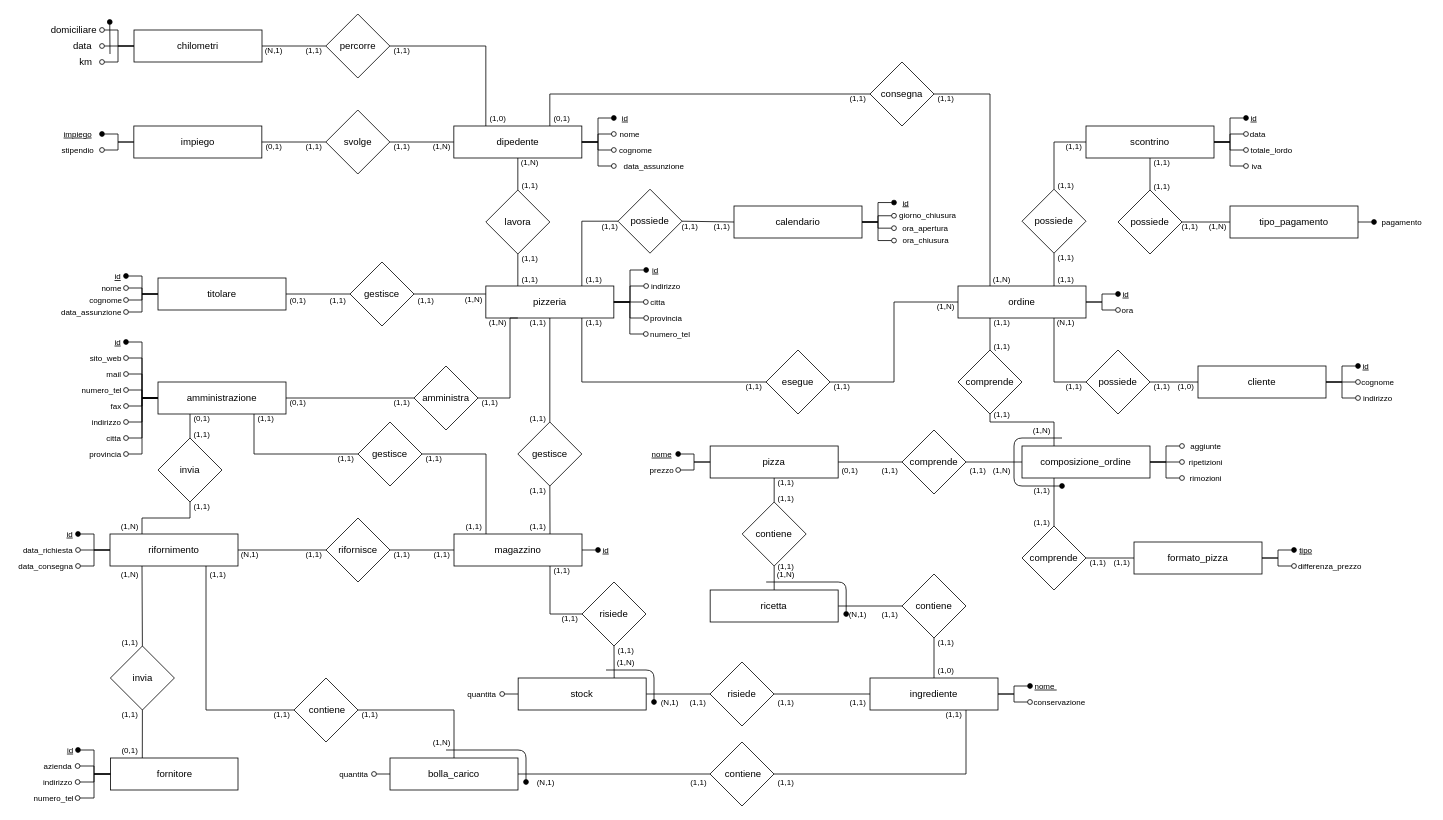
This is Draw/PaduPizzaER-ristrutturato.drawio from NicholasPilotto/PaduPizza, a draw.io file, before an edit. Source tidied: cells renumbered, new cells numbered last; positions are measured from the earlier drawing's top-left corner, leaving out a move shared by most shapes. Both pictures are drawn from the tidied source at 80%, with x=0, y=0 at pixel (14, 14).
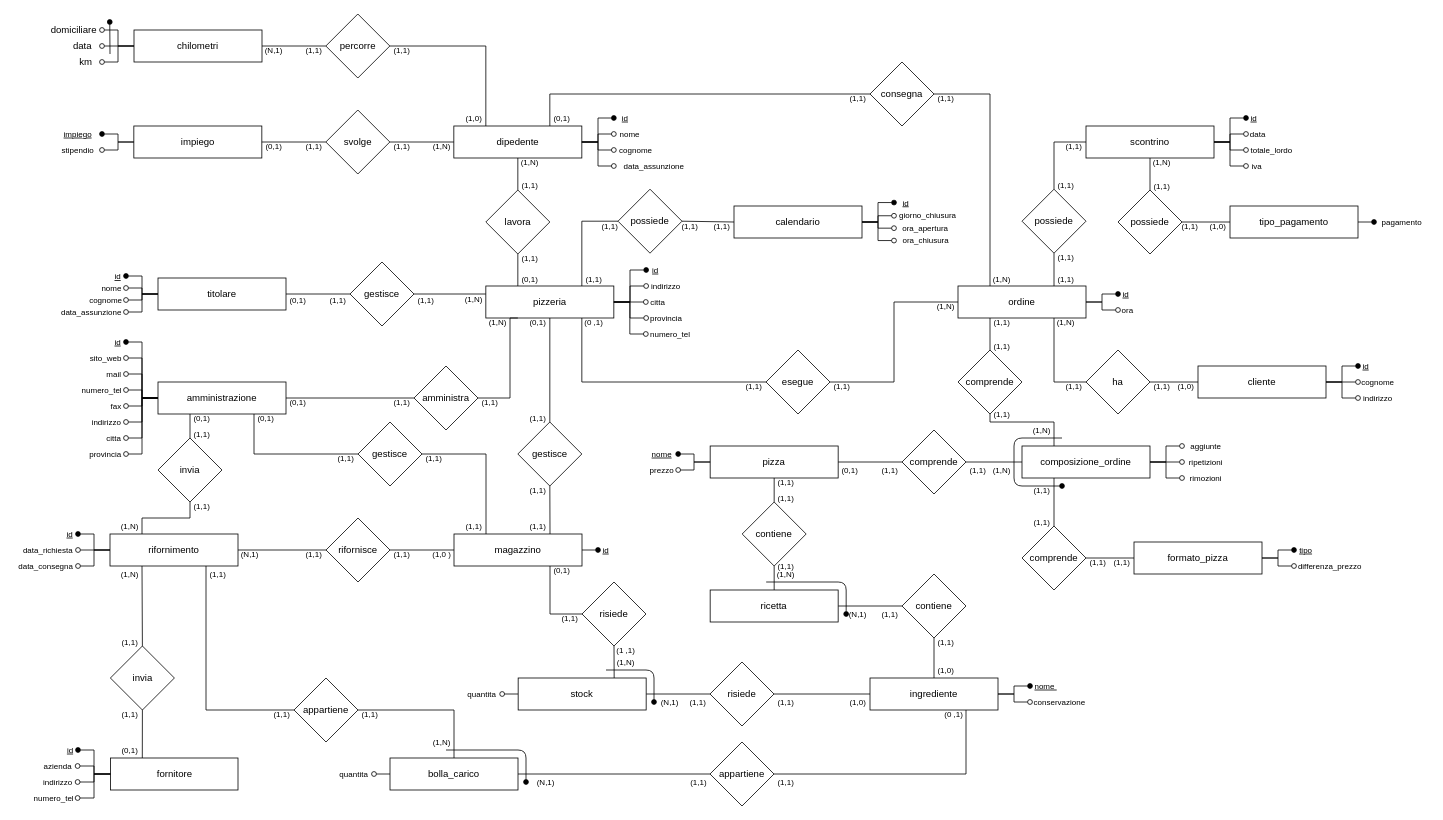
The same diagram, later.

Diff of the diagram source:
```diff
@@
-    <mxCell id="41" value="&amp;nbsp;contiene" style="rhombus;whiteSpace=wrap;html=1;" parent="1" vertex="1">
+    <mxCell id="41" value="appartiene" style="rhombus;whiteSpace=wrap;html=1;" parent="1" vertex="1">
       <mxGeometry x="350" y="830" width="80" height="80" as="geometry" />
     </mxCell>
@@
-    <mxCell id="173" value="possiede" style="rhombus;whiteSpace=wrap;html=1;" parent="1" vertex="1">
+    <mxCell id="173" value="ha" style="rhombus;whiteSpace=wrap;html=1;" parent="1" vertex="1">
       <mxGeometry x="1340" y="420" width="80" height="80" as="geometry" />
     </mxCell>
@@
-    <mxCell id="189" value="&amp;nbsp;contiene" style="rhombus;whiteSpace=wrap;html=1;" parent="1" vertex="1">
+    <mxCell id="189" value="appartiene" style="rhombus;whiteSpace=wrap;html=1;" parent="1" vertex="1">
       <mxGeometry x="870" y="910" width="80" height="80" as="geometry" />
     </mxCell>
@@
     <mxCell id="219" value="(1,0)" style="text;html=1;strokeColor=none;fillColor=none;align=center;verticalAlign=middle;whiteSpace=wrap;rounded=0;fontSize=10;" parent="1" vertex="1">
-      <mxGeometry x="590" y="125" width="30" height="10" as="geometry" />
+      <mxGeometry x="559.8" y="125" width="30" height="10" as="geometry" />
     </mxCell>
@@
-    <mxCell id="232" value="(1,1)" style="text;html=1;strokeColor=none;fillColor=none;align=center;verticalAlign=middle;whiteSpace=wrap;rounded=0;fontSize=10;" parent="1" vertex="1">
+    <mxCell id="232" value="(0,1)" style="text;html=1;strokeColor=none;fillColor=none;align=center;verticalAlign=middle;whiteSpace=wrap;rounded=0;fontSize=10;" parent="1" vertex="1">
       <mxGeometry x="629.8" y="327.2" width="30" height="10" as="geometry" />
     </mxCell>
@@
-    <mxCell id="244" value="(N,1)" style="text;html=1;strokeColor=none;fillColor=none;align=center;verticalAlign=middle;whiteSpace=wrap;rounded=0;fontSize=10;" parent="1" vertex="1">
-      <mxGeometry x="1300" y="380" width="30" height="10" as="geometry" />
-    </mxCell>
@@
-    <mxCell id="256" value="(1,1)" style="text;html=1;strokeColor=none;fillColor=none;align=center;verticalAlign=middle;whiteSpace=wrap;rounded=0;fontSize=10;" parent="1" vertex="1">
+    <mxCell id="256" value="(0,1)" style="text;html=1;strokeColor=none;fillColor=none;align=center;verticalAlign=middle;whiteSpace=wrap;rounded=0;fontSize=10;" parent="1" vertex="1">
       <mxGeometry x="300" y="500" width="30" height="10" as="geometry" />
     </mxCell>
@@
-    <mxCell id="260" value="(1,1)" style="text;html=1;strokeColor=none;fillColor=none;align=center;verticalAlign=middle;whiteSpace=wrap;rounded=0;fontSize=10;" parent="1" vertex="1">
+    <mxCell id="260" value="(0,1)" style="text;html=1;strokeColor=none;fillColor=none;align=center;verticalAlign=middle;whiteSpace=wrap;rounded=0;fontSize=10;" parent="1" vertex="1">
       <mxGeometry x="639.8" y="380.2" width="30" height="10" as="geometry" />
     </mxCell>
@@
-    <mxCell id="264" value="(1,1)" style="text;html=1;strokeColor=none;fillColor=none;align=center;verticalAlign=middle;whiteSpace=wrap;rounded=0;fontSize=10;" parent="1" vertex="1">
+    <mxCell id="264" value="(0 ,1)" style="text;html=1;strokeColor=none;fillColor=none;align=center;verticalAlign=middle;whiteSpace=wrap;rounded=0;fontSize=10;" parent="1" vertex="1">
       <mxGeometry x="709.8" y="380.2" width="30" height="10" as="geometry" />
     </mxCell>
@@
-    <mxCell id="275" value="(1,1)" style="text;html=1;strokeColor=none;fillColor=none;align=center;verticalAlign=middle;whiteSpace=wrap;rounded=0;fontSize=10;" parent="1" vertex="1">
+    <mxCell id="275" value="(1,0 )" style="text;html=1;strokeColor=none;fillColor=none;align=center;verticalAlign=middle;whiteSpace=wrap;rounded=0;fontSize=10;" parent="1" vertex="1">
       <mxGeometry x="519.8" y="670" width="30" height="10" as="geometry" />
     </mxCell>
@@
-    <mxCell id="280" value="(1,1)" style="text;html=1;strokeColor=none;fillColor=none;align=center;verticalAlign=middle;whiteSpace=wrap;rounded=0;fontSize=10;" parent="1" vertex="1">
+    <mxCell id="280" value="(0,1)" style="text;html=1;strokeColor=none;fillColor=none;align=center;verticalAlign=middle;whiteSpace=wrap;rounded=0;fontSize=10;" parent="1" vertex="1">
       <mxGeometry x="669.8" y="690" width="30" height="10" as="geometry" />
     </mxCell>
@@
-    <mxCell id="282" value="(1,1)" style="text;html=1;strokeColor=none;fillColor=none;align=center;verticalAlign=middle;whiteSpace=wrap;rounded=0;fontSize=10;" parent="1" vertex="1">
+    <mxCell id="282" value="(1 ,1)" style="text;html=1;strokeColor=none;fillColor=none;align=center;verticalAlign=middle;whiteSpace=wrap;rounded=0;fontSize=10;" parent="1" vertex="1">
       <mxGeometry x="750" y="789.8" width="30" height="10" as="geometry" />
     </mxCell>
@@
-    <mxCell id="287" value="(1,1)" style="text;html=1;strokeColor=none;fillColor=none;align=center;verticalAlign=middle;whiteSpace=wrap;rounded=0;fontSize=10;" parent="1" vertex="1">
+    <mxCell id="287" value="(0 ,1)" style="text;html=1;strokeColor=none;fillColor=none;align=center;verticalAlign=middle;whiteSpace=wrap;rounded=0;fontSize=10;" parent="1" vertex="1">
       <mxGeometry x="1160" y="870" width="30" height="10" as="geometry" />
     </mxCell>
@@
-    <mxCell id="291" value="(1,1)" style="text;html=1;strokeColor=none;fillColor=none;align=center;verticalAlign=middle;whiteSpace=wrap;rounded=0;fontSize=10;" parent="1" vertex="1">
+    <mxCell id="291" value="(1,0)" style="text;html=1;strokeColor=none;fillColor=none;align=center;verticalAlign=middle;whiteSpace=wrap;rounded=0;fontSize=10;" parent="1" vertex="1">
       <mxGeometry x="1040" y="855" width="30" height="10" as="geometry" />
     </mxCell>
@@
-    <mxCell id="319" value="(1,1)" style="text;html=1;strokeColor=none;fillColor=none;align=center;verticalAlign=middle;whiteSpace=wrap;rounded=0;fontSize=10;" parent="1" vertex="1">
-      <mxGeometry x="1420" y="180.2" width="30" height="10" as="geometry" />
+    <mxCell id="319" value="(1,0)" style="text;html=1;strokeColor=none;fillColor=none;align=center;verticalAlign=middle;whiteSpace=wrap;rounded=0;fontSize=10;" parent="1" vertex="1">
+      <mxGeometry x="1490" y="260.2" width="30" height="10" as="geometry" />
     </mxCell>
     <mxCell id="320" value="(1,N)" style="text;html=1;strokeColor=none;fillColor=none;align=center;verticalAlign=middle;whiteSpace=wrap;rounded=0;fontSize=10;" parent="1" vertex="1">
-      <mxGeometry x="1490" y="260.2" width="30" height="10" as="geometry" />
+      <mxGeometry x="1420" y="180" width="30" height="10" as="geometry" />
     </mxCell>
+    <mxCell id="321" value="(1,N)" style="text;html=1;strokeColor=none;fillColor=none;align=center;verticalAlign=middle;whiteSpace=wrap;rounded=0;fontSize=10;" parent="1" vertex="1">
+      <mxGeometry x="1300" y="380.2" width="30" height="10" as="geometry" />
+    </mxCell>
```
